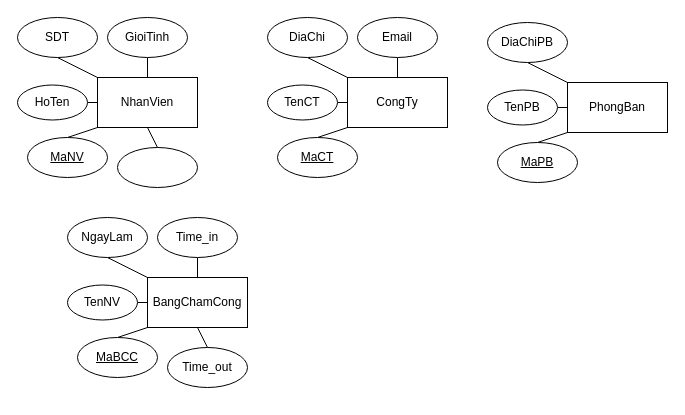
hine16/hine16.github.io keeps this draw.io diagram as page "Trang-1" (1 of 2) of BÀI TẬP THIẾT KẾ SƠ ĐỒ ER.drawio. Above is the earlier version. Source tidied: cells renumbered, new cells numbered last; positions are measured from the earlier drawing's top-left corner, leaving out a move shared by most shapes. Both pictures are drawn from the tidied source at 100%, with x=0, y=0 at pixel (17, 17).
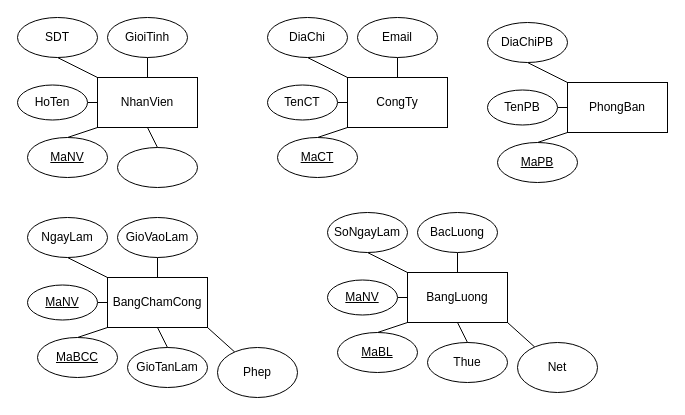
Above is the later version.

The edit, as a diff of the source:
```diff
@@
     <mxCell id="29" value="BangChamCong" style="rounded=0;whiteSpace=wrap;html=1;" parent="1" vertex="1">
-      <mxGeometry x="130" y="260" width="100" height="50" as="geometry" />
+      <mxGeometry x="90" y="260" width="100" height="50" as="geometry" />
     </mxCell>
@@
     <mxCell id="31" value="&lt;u&gt;MaBCC&lt;/u&gt;" style="ellipse;whiteSpace=wrap;html=1;" parent="1" vertex="1">
-      <mxGeometry x="60" y="320" width="80" height="40" as="geometry" />
+      <mxGeometry x="20" y="320" width="80" height="40" as="geometry" />
     </mxCell>
@@
-    <mxCell id="33" value="TenNV" style="ellipse;whiteSpace=wrap;html=1;" parent="1" vertex="1">
-      <mxGeometry x="50" y="267.5" width="70" height="35" as="geometry" />
+    <mxCell id="33" value="&lt;u&gt;MaNV&lt;/u&gt;" style="ellipse;whiteSpace=wrap;html=1;" parent="1" vertex="1">
+      <mxGeometry x="10" y="267.5" width="70" height="35" as="geometry" />
     </mxCell>
@@
     <mxCell id="35" value="NgayLam" style="ellipse;whiteSpace=wrap;html=1;" parent="1" vertex="1">
-      <mxGeometry x="50" y="200" width="80" height="40" as="geometry" />
+      <mxGeometry x="10" y="200" width="80" height="40" as="geometry" />
     </mxCell>
@@
-    <mxCell id="37" value="Time_in" style="ellipse;whiteSpace=wrap;html=1;" parent="1" vertex="1">
-      <mxGeometry x="140" y="200" width="80" height="40" as="geometry" />
+    <mxCell id="37" value="GioVaoLam" style="ellipse;whiteSpace=wrap;html=1;" parent="1" vertex="1">
+      <mxGeometry x="100" y="200" width="80" height="40" as="geometry" />
     </mxCell>
-    <mxCell id="38" value="Time_out" style="ellipse;whiteSpace=wrap;html=1;" parent="1" vertex="1">
-      <mxGeometry x="150" y="330" width="80" height="40" as="geometry" />
+    <mxCell id="38" value="GioTanLam" style="ellipse;whiteSpace=wrap;html=1;" parent="1" vertex="1">
+      <mxGeometry x="110" y="330" width="80" height="40" as="geometry" />
     </mxCell>
@@
+    <mxCell id="40" style="endArrow=none;html=1;rounded=0;exitX=1;exitY=1;exitDx=0;exitDy=0;" parent="1" edge="1" source="29" target="41">
+      <mxGeometry relative="1" as="geometry" />
+    </mxCell>
+    <mxCell id="41" value="Phep" style="ellipse;whiteSpace=wrap;html=1;" parent="1" vertex="1">
+      <mxGeometry x="200" y="330" width="80" height="50" as="geometry" />
+    </mxCell>
+    <mxCell id="42" value="BangLuong" style="rounded=0;whiteSpace=wrap;html=1;" parent="1" vertex="1">
+      <mxGeometry x="390" y="255" width="100" height="50" as="geometry" />
+    </mxCell>
+    <mxCell id="43" style="endArrow=none;html=1;rounded=0;entryX=0;entryY=1;entryDx=0;entryDy=0;exitX=0.5;exitY=0;exitDx=0;exitDy=0;" parent="1" edge="1" source="44" target="42">
+      <mxGeometry relative="1" as="geometry" />
+    </mxCell>
+    <mxCell id="44" value="&lt;u&gt;MaBL&lt;/u&gt;" style="ellipse;whiteSpace=wrap;html=1;" parent="1" vertex="1">
+      <mxGeometry x="320" y="315" width="80" height="40" as="geometry" />
+    </mxCell>
+    <mxCell id="45" style="endArrow=none;html=1;rounded=0;exitX=0;exitY=0.5;exitDx=0;exitDy=0;" parent="1" edge="1" source="42" target="46">
+      <mxGeometry relative="1" as="geometry" />
+    </mxCell>
+    <mxCell id="46" value="&lt;u&gt;MaNV&lt;/u&gt;" style="ellipse;whiteSpace=wrap;html=1;" parent="1" vertex="1">
+      <mxGeometry x="310" y="262.5" width="70" height="35" as="geometry" />
+    </mxCell>
+    <mxCell id="47" style="endArrow=none;html=1;rounded=0;entryX=0;entryY=0;entryDx=0;entryDy=0;exitX=0.5;exitY=1;exitDx=0;exitDy=0;" parent="1" edge="1" source="48" target="42">
+      <mxGeometry relative="1" as="geometry" />
+    </mxCell>
+    <mxCell id="48" value="SoNgayLam" style="ellipse;whiteSpace=wrap;html=1;" parent="1" vertex="1">
+      <mxGeometry x="310" y="195" width="80" height="40" as="geometry" />
+    </mxCell>
+    <mxCell id="49" style="endArrow=none;html=1;rounded=0;exitX=0.5;exitY=0;exitDx=0;exitDy=0;entryX=0.5;entryY=1;entryDx=0;entryDy=0;" parent="1" edge="1" source="42" target="50">
+      <mxGeometry relative="1" as="geometry" />
+    </mxCell>
+    <mxCell id="50" value="BacLuong" style="ellipse;whiteSpace=wrap;html=1;" parent="1" vertex="1">
+      <mxGeometry x="400" y="195" width="80" height="40" as="geometry" />
+    </mxCell>
+    <mxCell id="51" value="Thue" style="ellipse;whiteSpace=wrap;html=1;" parent="1" vertex="1">
+      <mxGeometry x="410" y="325" width="80" height="40" as="geometry" />
+    </mxCell>
+    <mxCell id="52" style="endArrow=none;html=1;rounded=0;entryX=0.5;entryY=1;entryDx=0;entryDy=0;exitX=0.5;exitY=0;exitDx=0;exitDy=0;" parent="1" edge="1" source="51" target="42">
+      <mxGeometry relative="1" as="geometry" />
+    </mxCell>
+    <mxCell id="53" style="endArrow=none;html=1;rounded=0;exitX=1;exitY=1;exitDx=0;exitDy=0;" parent="1" edge="1" source="42" target="54">
+      <mxGeometry relative="1" as="geometry" />
+    </mxCell>
+    <mxCell id="54" value="Net" style="ellipse;whiteSpace=wrap;html=1;" parent="1" vertex="1">
+      <mxGeometry x="500" y="325" width="80" height="50" as="geometry" />
+    </mxCell>
```
